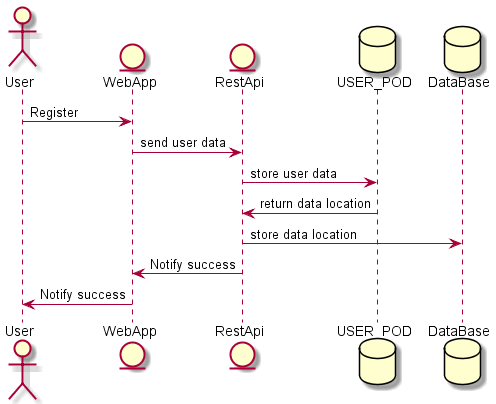
Arquisoft/dede_es3c keeps this PlantUML diagram as images/RegisterUser.png. Above is the earlier version. Source of this version:
```plantuml
@startuml
actor User
entity WebApp
entity RestApi
database USER_POD
database DataBase
User-> WebApp : Register
WebApp-> RestApi : send user data
RestApi -> USER_POD : store user data
USER_POD -> RestApi : return data location
RestApi -> DataBase: store data location
RestApi -> WebApp: Notify success
WebApp-> User: Notify success
@enduml
```
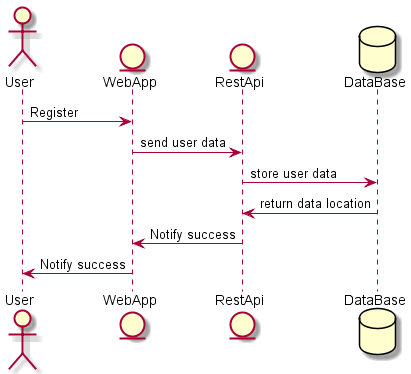
Later version of the same file.

Diff of the diagram source:
```diff
@@ -2,13 +2,11 @@
 actor User
 entity WebApp
 entity RestApi
-database USER_POD
 database DataBase
 User-> WebApp : Register
 WebApp-> RestApi : send user data
-RestApi -> USER_POD : store user data
-USER_POD -> RestApi : return data location
-RestApi -> DataBase: store data location
+RestApi -> DataBase : store user data
+DataBase -> RestApi : return data location
 RestApi -> WebApp: Notify success
 WebApp-> User: Notify success
 @enduml
```
